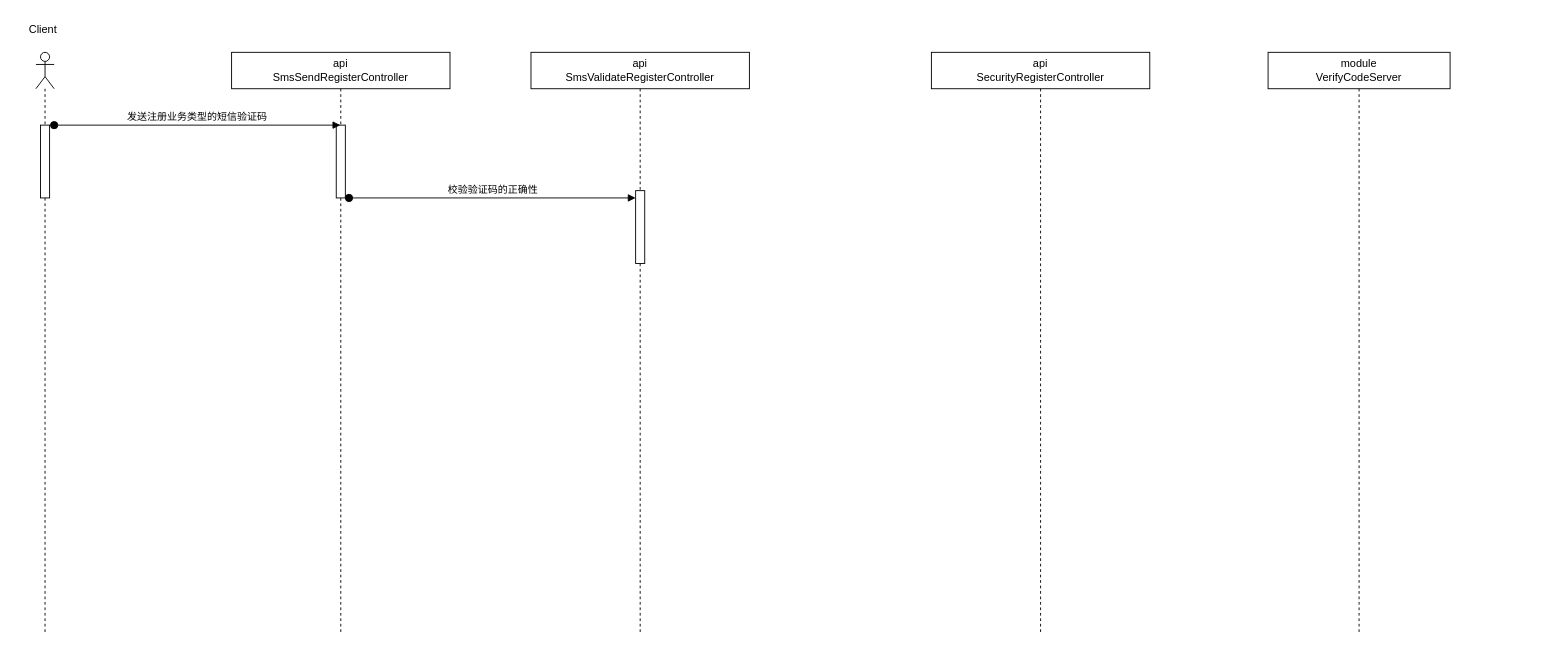
This is 涛哥视频总结/用户注册时序图.drawio from niuxiaocong/zongjie-picture, a draw.io file, before an edit. Source tidied: cells renumbered, new cells numbered last; positions are measured from the earlier drawing's top-left corner, leaving out a move shared by most shapes. Both pictures are drawn from the tidied source at 91%, with x=0, y=0 at pixel (15, 15).
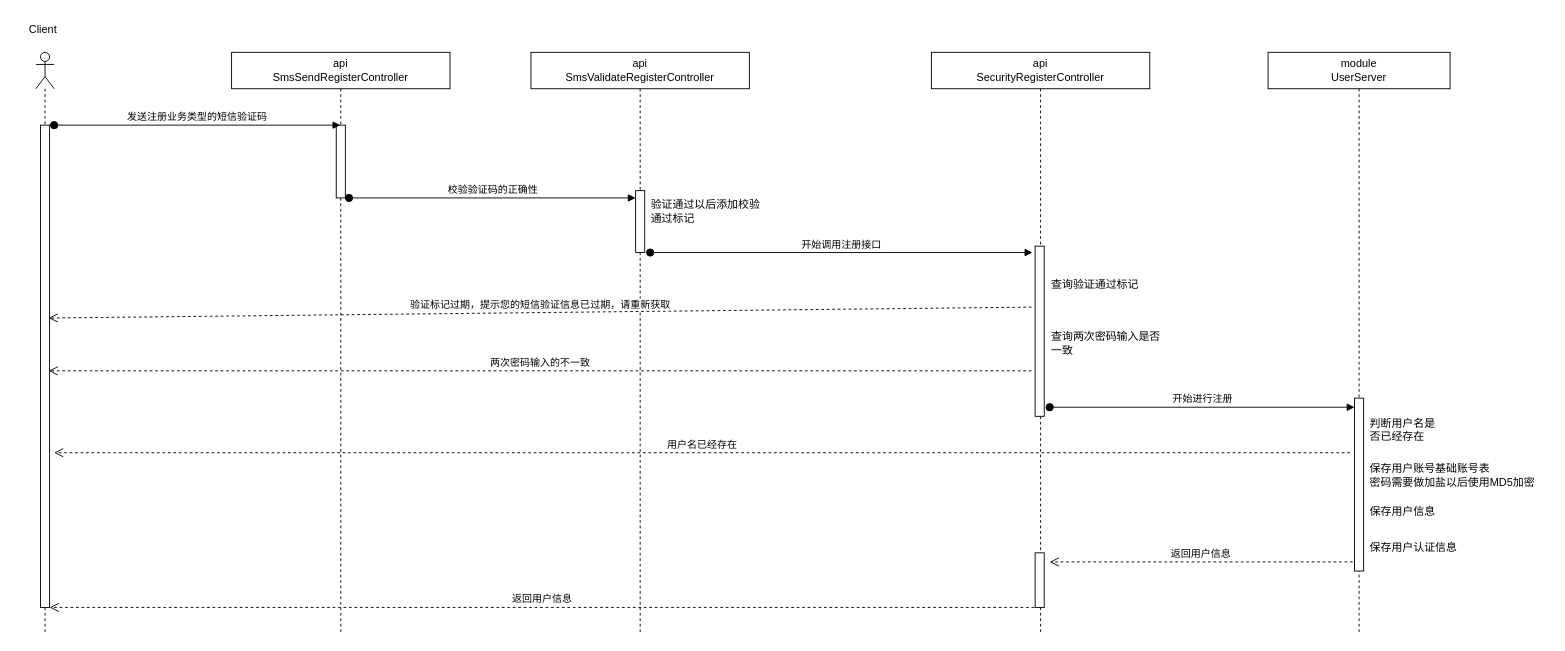
Above is the later version.

Commit message (it also covers changes not shown here):
用户注册时序图.drawio

The change refers to these unchanged cells:
```xml
<mxCell id="4" style="shape=umlLifeline;perimeter=lifelinePerimeter;whiteSpace=wrap;html=1;newEdgeStyle={&quot;curved&quot;:0,&quot;rounded&quot;:0};participant=umlActor;" parent="1" vertex="1">
  <mxGeometry x="22" y="40" width="20" height="640" as="geometry" />
</mxCell>
<mxCell id="8" value="api&lt;br&gt;SmsValidateRegisterController" style="shape=umlLifeline;perimeter=lifelinePerimeter;whiteSpace=wrap;html=1;newEdgeStyle={&quot;curved&quot;:0,&quot;rounded&quot;:0};" parent="1" vertex="1">
  <mxGeometry x="566" y="40" width="240" height="640" as="geometry" />
</mxCell>
<mxCell id="10" value="api&lt;br&gt;SecurityRegisterController" style="shape=umlLifeline;perimeter=lifelinePerimeter;whiteSpace=wrap;html=1;newEdgeStyle={&quot;curved&quot;:0,&quot;rounded&quot;:0};" parent="1" vertex="1">
  <mxGeometry x="1006" y="40" width="240" height="640" as="geometry" />
</mxCell>
```

The edit, as a diff of the source:
```diff
@@
     <mxCell id="5" style="html=1;points=[[0,0,0,0,5],[0,1,0,0,-5],[1,0,0,0,5],[1,1,0,0,-5]];perimeter=orthogonalPerimeter;outlineConnect=0;targetShapes=umlLifeline;portConstraint=eastwest;newEdgeStyle={&quot;curved&quot;:0,&quot;rounded&quot;:0};" parent="4" vertex="1">
-      <mxGeometry x="5" y="80" width="10" height="80" as="geometry" />
+      <mxGeometry x="5" y="80" width="10" height="530" as="geometry" />
     </mxCell>
-    <mxCell id="6" value="module&lt;br&gt;VerifyCodeServer" style="shape=umlLifeline;perimeter=lifelinePerimeter;whiteSpace=wrap;html=1;newEdgeStyle={&quot;curved&quot;:0,&quot;rounded&quot;:0};" parent="1" vertex="1">
+    <mxCell id="6" value="module&lt;br&gt;UserServer" style="shape=umlLifeline;perimeter=lifelinePerimeter;whiteSpace=wrap;html=1;newEdgeStyle={&quot;curved&quot;:0,&quot;rounded&quot;:0};" parent="1" vertex="1">
       <mxGeometry x="1376" y="40" width="200" height="640" as="geometry" />
     </mxCell>
+    <mxCell id="13" style="html=1;points=[[0,0,0,0,5],[0,1,0,0,-5],[1,0,0,0,5],[1,1,0,0,-5]];perimeter=orthogonalPerimeter;outlineConnect=0;targetShapes=umlLifeline;portConstraint=eastwest;newEdgeStyle={&quot;curved&quot;:0,&quot;rounded&quot;:0};" parent="6" vertex="1">
+      <mxGeometry x="95" y="380" width="10" height="190" as="geometry" />
+    </mxCell>
@@
     <mxCell id="9" style="html=1;perimeter=orthogonalPerimeter;targetShapes=umlLifeline;newEdgeStyle={&quot;curved&quot;:0,&quot;rounded&quot;:0};" parent="8" vertex="1">
-      <mxGeometry x="115" y="152" width="10" height="80" as="geometry" />
+      <mxGeometry x="115" y="152" width="10" height="68" as="geometry" />
     </mxCell>
@@
+    <mxCell id="14" style="html=1;perimeter=orthogonalPerimeter;targetShapes=umlLifeline;newEdgeStyle={&quot;curved&quot;:0,&quot;rounded&quot;:0};" parent="10" vertex="1">
+      <mxGeometry x="114" y="213" width="10" height="187" as="geometry" />
+    </mxCell>
+    <mxCell id="15" style="html=1;perimeter=orthogonalPerimeter;targetShapes=umlLifeline;newEdgeStyle={&quot;curved&quot;:0,&quot;rounded&quot;:0};" parent="10" vertex="1">
+      <mxGeometry x="114" y="550" width="10" height="60" as="geometry" />
+    </mxCell>
@@
+    <mxCell id="16" value="验证通过以后添加校验通过标记" style="text;html=1;strokeColor=none;fillColor=none;align=left;verticalAlign=middle;whiteSpace=wrap;rounded=0;" parent="1" vertex="1">
+      <mxGeometry x="696" y="200" width="130" height="30" as="geometry" />
+    </mxCell>
+    <mxCell id="17" value="开始调用注册接口" style="html=1;verticalAlign=bottom;startArrow=oval;startFill=1;endArrow=block;startSize=8;curved=0;rounded=0;" parent="1" edge="1">
+      <mxGeometry relative="1" as="geometry">
+        <mxPoint x="697" y="260" as="sourcePoint" />
+        <mxPoint x="1117" y="260" as="targetPoint" />
+      </mxGeometry>
+    </mxCell>
+    <mxCell id="18" value="验证标记过期，提示您的短信验证信息已过期，请重新获取" style="html=1;verticalAlign=bottom;endArrow=open;dashed=1;endSize=8;curved=0;rounded=0;entryX=0.9;entryY=0.4;entryDx=0;entryDy=0;entryPerimeter=0;" parent="1" edge="1" target="5">
+      <mxGeometry relative="1" as="geometry">
+        <mxPoint x="1116" y="320" as="sourcePoint" />
+      </mxGeometry>
+    </mxCell>
+    <mxCell id="19" value="查询验证通过标记" style="text;html=1;strokeColor=none;fillColor=none;align=left;verticalAlign=middle;whiteSpace=wrap;rounded=0;" parent="1" vertex="1">
+      <mxGeometry x="1136" y="280" width="130" height="30" as="geometry" />
+    </mxCell>
+    <mxCell id="20" value="查询两次密码输入是否一致" style="text;html=1;strokeColor=none;fillColor=none;align=left;verticalAlign=middle;whiteSpace=wrap;rounded=0;" parent="1" vertex="1">
+      <mxGeometry x="1136" y="345" width="130" height="30" as="geometry" />
+    </mxCell>
+    <mxCell id="21" value="两次密码输入的不一致" style="html=1;verticalAlign=bottom;endArrow=open;dashed=1;endSize=8;curved=0;rounded=0;entryX=0.9;entryY=0.4;entryDx=0;entryDy=0;entryPerimeter=0;" parent="1" edge="1">
+      <mxGeometry relative="1" as="geometry">
+        <mxPoint x="1116" y="390" as="sourcePoint" />
+        <mxPoint x="36" y="390" as="targetPoint" />
+      </mxGeometry>
+    </mxCell>
+    <mxCell id="22" value="开始进行注册" style="html=1;verticalAlign=bottom;startArrow=oval;startFill=1;endArrow=block;startSize=8;curved=0;rounded=0;" parent="1" edge="1" target="13">
+      <mxGeometry relative="1" as="geometry">
+        <mxPoint x="1136" y="430" as="sourcePoint" />
+      </mxGeometry>
+    </mxCell>
+    <mxCell id="23" value="判断用户名是否已经存在" style="text;html=1;strokeColor=none;fillColor=none;align=left;verticalAlign=middle;whiteSpace=wrap;rounded=0;" parent="1" vertex="1">
+      <mxGeometry x="1486" y="440" width="80" height="30" as="geometry" />
+    </mxCell>
+    <mxCell id="24" value="用户名已经存在" style="html=1;verticalAlign=bottom;endArrow=open;dashed=1;endSize=8;curved=0;rounded=0;entryX=0.9;entryY=0.4;entryDx=0;entryDy=0;entryPerimeter=0;" parent="1" edge="1">
+      <mxGeometry relative="1" as="geometry">
+        <mxPoint x="1466" y="480" as="sourcePoint" />
+        <mxPoint x="42" y="480" as="targetPoint" />
+      </mxGeometry>
+    </mxCell>
+    <mxCell id="25" value="保存用户账号基础账号表&lt;br&gt;密码需要做加盐以后使用MD5加密" style="text;html=1;strokeColor=none;fillColor=none;align=left;verticalAlign=middle;whiteSpace=wrap;rounded=0;" parent="1" vertex="1">
+      <mxGeometry x="1486" y="490" width="200" height="30" as="geometry" />
+    </mxCell>
+    <mxCell id="26" value="保存用户信息" style="text;html=1;strokeColor=none;fillColor=none;align=left;verticalAlign=middle;whiteSpace=wrap;rounded=0;" parent="1" vertex="1">
+      <mxGeometry x="1486" y="530" width="200" height="30" as="geometry" />
+    </mxCell>
+    <mxCell id="27" value="保存用户认证信息" style="text;html=1;strokeColor=none;fillColor=none;align=left;verticalAlign=middle;whiteSpace=wrap;rounded=0;" parent="1" vertex="1">
+      <mxGeometry x="1486" y="569.5" width="200" height="30" as="geometry" />
+    </mxCell>
+    <mxCell id="28" value="返回用户信息" style="html=1;verticalAlign=bottom;endArrow=open;dashed=1;endSize=8;curved=0;rounded=0;" parent="1" edge="1">
+      <mxGeometry relative="1" as="geometry">
+        <mxPoint x="1469" y="600" as="sourcePoint" />
+        <mxPoint x="1136" y="600" as="targetPoint" />
+      </mxGeometry>
+    </mxCell>
+    <mxCell id="29" value="返回用户信息" style="html=1;verticalAlign=bottom;endArrow=open;dashed=1;endSize=8;curved=0;rounded=0;" parent="1" edge="1" target="5">
+      <mxGeometry relative="1" as="geometry">
+        <mxPoint x="1119" y="650" as="sourcePoint" />
+      </mxGeometry>
+    </mxCell>
```
